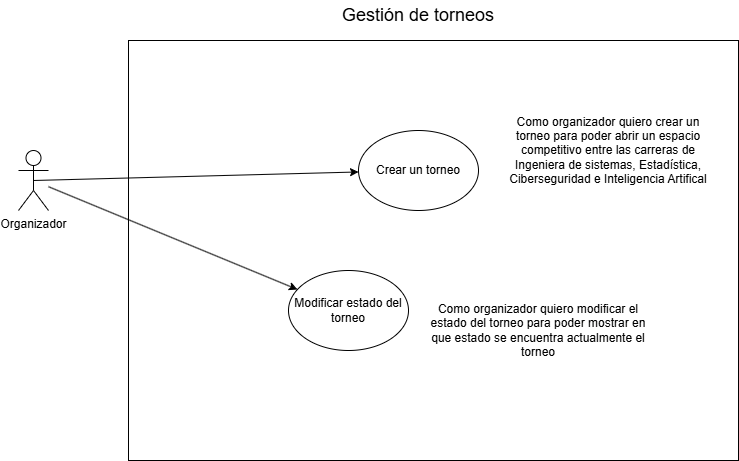
The draw.io diagram docs/uml/CU-01.png in JuanTellez125/TECHCUP, before a commit. Source tidied: cells renumbered, new cells last; positions are measured from the earlier drawing's top-left corner, leaving out a move shared by most shapes. Source of this version:
```xml
<mxGraphModel>
  <root>
    <mxCell id="0" />
    <mxCell id="1" parent="0" />
    <mxCell id="2" style="rounded=0;whiteSpace=wrap;html=1;strokeColor=default;fillColor=none;" parent="1" vertex="1">
      <mxGeometry x="110" y="40" width="610" height="420" as="geometry" />
    </mxCell>
    <mxCell id="3" value="&lt;div&gt;Organizador&lt;/div&gt;&lt;div&gt;&lt;br&gt;&lt;/div&gt;" style="shape=umlActor;verticalLabelPosition=bottom;verticalAlign=top;html=1;outlineConnect=0;" parent="1" vertex="1">
      <mxGeometry y="150" width="30" height="60" as="geometry" />
    </mxCell>
    <mxCell id="4" value="Crear un torneo" style="ellipse;whiteSpace=wrap;html=1;" parent="1" vertex="1">
      <mxGeometry x="340" y="130" width="120" height="80" as="geometry" />
    </mxCell>
    <mxCell id="5" style="endArrow=classic;html=1;rounded=0;exitX=0.5;exitY=0.5;exitDx=0;exitDy=0;exitPerimeter=0;" parent="1" edge="1" source="3" target="4">
      <mxGeometry relative="1" as="geometry" />
    </mxCell>
    <mxCell id="6" value="Modificar estado del torneo" style="ellipse;whiteSpace=wrap;html=1;" parent="1" vertex="1">
      <mxGeometry x="270" y="270" width="120" height="80" as="geometry" />
    </mxCell>
    <mxCell id="7" value="Gestión de torneos" style="text;html=1;whiteSpace=wrap;strokeColor=none;fillColor=none;align=center;verticalAlign=middle;rounded=0;fontSize=18;" parent="1" vertex="1">
      <mxGeometry x="295" width="210" height="30" as="geometry" />
    </mxCell>
    <mxCell id="8" style="endArrow=classic;html=1;rounded=0;" parent="1" edge="1" source="3" target="6">
      <mxGeometry relative="1" as="geometry" />
    </mxCell>
    <mxCell id="9" value="Como organizador quiero crear un torneo para poder abrir un espacio competitivo entre las carreras de Ingeniera de sistemas, Estadística, Ciberseguridad e Inteligencia Artifical" style="text;html=1;whiteSpace=wrap;strokeColor=none;fillColor=none;align=center;verticalAlign=middle;rounded=0;" parent="1" vertex="1">
      <mxGeometry x="480" y="120" width="220" height="60" as="geometry" />
    </mxCell>
    <mxCell id="10" value="Como organizador quiero modificar el estado del torneo para poder mostrar en que estado se encuentra actualmente el torneo" style="text;html=1;whiteSpace=wrap;strokeColor=none;fillColor=none;align=center;verticalAlign=middle;rounded=0;" parent="1" vertex="1">
      <mxGeometry x="410" y="300" width="220" height="60" as="geometry" />
    </mxCell>
  </root>
</mxGraphModel>
```
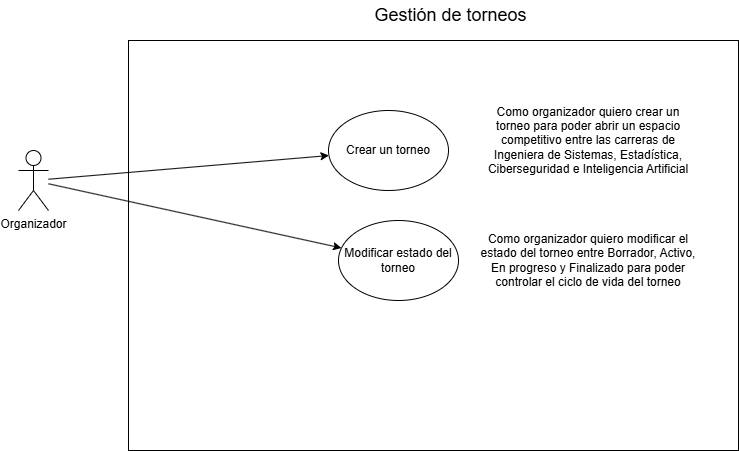
Later version of the same file.

Diff of the diagram source:
```diff
@@ -3,31 +3,31 @@
     <mxCell id="0" />
     <mxCell id="1" parent="0" />
     <mxCell id="2" style="rounded=0;whiteSpace=wrap;html=1;strokeColor=default;fillColor=none;" parent="1" vertex="1">
-      <mxGeometry x="110" y="40" width="610" height="420" as="geometry" />
+      <mxGeometry x="110" y="40" width="610" height="410" as="geometry" />
     </mxCell>
-    <mxCell id="3" value="&lt;div&gt;Organizador&lt;/div&gt;&lt;div&gt;&lt;br&gt;&lt;/div&gt;" style="shape=umlActor;verticalLabelPosition=bottom;verticalAlign=top;html=1;outlineConnect=0;" parent="1" vertex="1">
+    <mxCell id="3" value="&lt;div&gt;Organizador&lt;/div&gt;" style="shape=umlActor;verticalLabelPosition=bottom;verticalAlign=top;html=1;outlineConnect=0;" parent="1" vertex="1">
       <mxGeometry y="150" width="30" height="60" as="geometry" />
     </mxCell>
+    <mxCell id="7" value="Gestión de torneos" style="text;html=1;whiteSpace=wrap;strokeColor=none;fillColor=none;align=center;verticalAlign=middle;rounded=0;fontSize=18;" parent="1" vertex="1">
+      <mxGeometry x="295" width="275" height="30" as="geometry" />
+    </mxCell>
+    <mxCell id="9" value="Como organizador quiero crear un torneo para poder abrir un espacio competitivo entre las carreras de Ingeniera de Sistemas, Estadística, Ciberseguridad e Inteligencia Artificial" style="text;html=1;whiteSpace=wrap;strokeColor=none;fillColor=none;align=center;verticalAlign=middle;rounded=0;" parent="1" vertex="1">
+      <mxGeometry x="460" y="110" width="220" height="60" as="geometry" />
+    </mxCell>
-    <mxCell id="4" value="Crear un torneo" style="ellipse;whiteSpace=wrap;html=1;" parent="1" vertex="1">
-      <mxGeometry x="340" y="130" width="120" height="80" as="geometry" />
+    <mxCell id="4" value="Crear un torneo" style="ellipse;whiteSpace=wrap;html=1;fillColor=none;" parent="1" vertex="1">
+      <mxGeometry x="310" y="110" width="120" height="80" as="geometry" />
     </mxCell>
-    <mxCell id="5" style="endArrow=classic;html=1;rounded=0;exitX=0.5;exitY=0.5;exitDx=0;exitDy=0;exitPerimeter=0;" parent="1" edge="1" source="3" target="4">
+    <mxCell id="5" style="endArrow=classic;html=1;rounded=0;" parent="1" edge="1" source="3" target="4">
       <mxGeometry relative="1" as="geometry" />
     </mxCell>
-    <mxCell id="6" value="Modificar estado del torneo" style="ellipse;whiteSpace=wrap;html=1;" parent="1" vertex="1">
-      <mxGeometry x="270" y="270" width="120" height="80" as="geometry" />
+    <mxCell id="6" value="Modificar estado del torneo" style="ellipse;whiteSpace=wrap;html=1;fillColor=none;" parent="1" vertex="1">
+      <mxGeometry x="320" y="220" width="120" height="80" as="geometry" />
     </mxCell>
-    <mxCell id="7" value="Gestión de torneos" style="text;html=1;whiteSpace=wrap;strokeColor=none;fillColor=none;align=center;verticalAlign=middle;rounded=0;fontSize=18;" parent="1" vertex="1">
-      <mxGeometry x="295" width="210" height="30" as="geometry" />
-    </mxCell>
     <mxCell id="8" style="endArrow=classic;html=1;rounded=0;" parent="1" edge="1" source="3" target="6">
       <mxGeometry relative="1" as="geometry" />
     </mxCell>
-    <mxCell id="9" value="Como organizador quiero crear un torneo para poder abrir un espacio competitivo entre las carreras de Ingeniera de sistemas, Estadística, Ciberseguridad e Inteligencia Artifical" style="text;html=1;whiteSpace=wrap;strokeColor=none;fillColor=none;align=center;verticalAlign=middle;rounded=0;" parent="1" vertex="1">
-      <mxGeometry x="480" y="120" width="220" height="60" as="geometry" />
-    </mxCell>
-    <mxCell id="10" value="Como organizador quiero modificar el estado del torneo para poder mostrar en que estado se encuentra actualmente el torneo" style="text;html=1;whiteSpace=wrap;strokeColor=none;fillColor=none;align=center;verticalAlign=middle;rounded=0;" parent="1" vertex="1">
-      <mxGeometry x="410" y="300" width="220" height="60" as="geometry" />
-    </mxCell>
+    <mxCell id="11" value="Como organizador quiero modificar el estado del torneo entre Borrador, Activo, En progreso y Finalizado para poder controlar el ciclo de vida del torneo" style="text;html=1;whiteSpace=wrap;strokeColor=none;fillColor=none;align=center;verticalAlign=middle;rounded=0;" parent="1" vertex="1">
+      <mxGeometry x="460" y="230" width="220" height="60" as="geometry" />
+    </mxCell>
   </root>
 </mxGraphModel>
```
